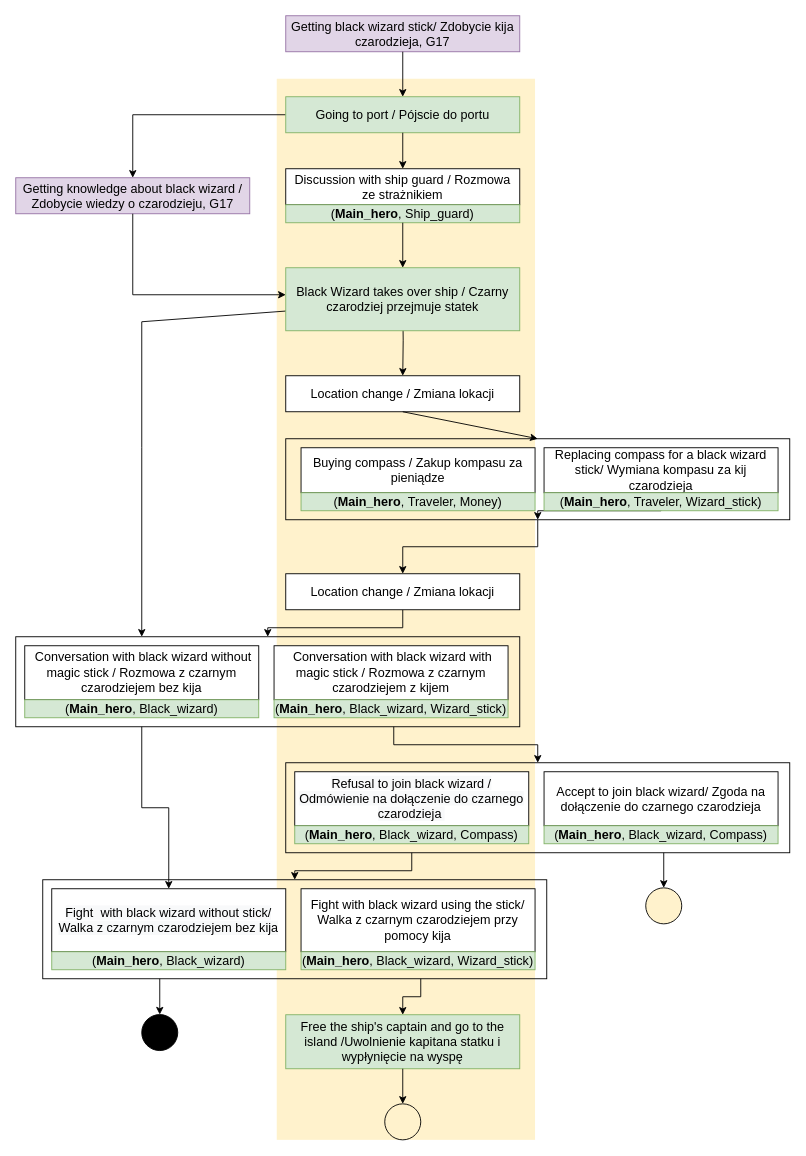
This is Misja-ksiezycowa.drawio from Matthmul/pwk, a draw.io file, before an edit. Source tidied: cells renumbered, new cells numbered last; positions are measured from the earlier drawing's top-left corner, leaving out a move shared by most shapes. Both pictures are drawn from the tidied source at 90%, with x=0, y=0 at pixel (15, 15).
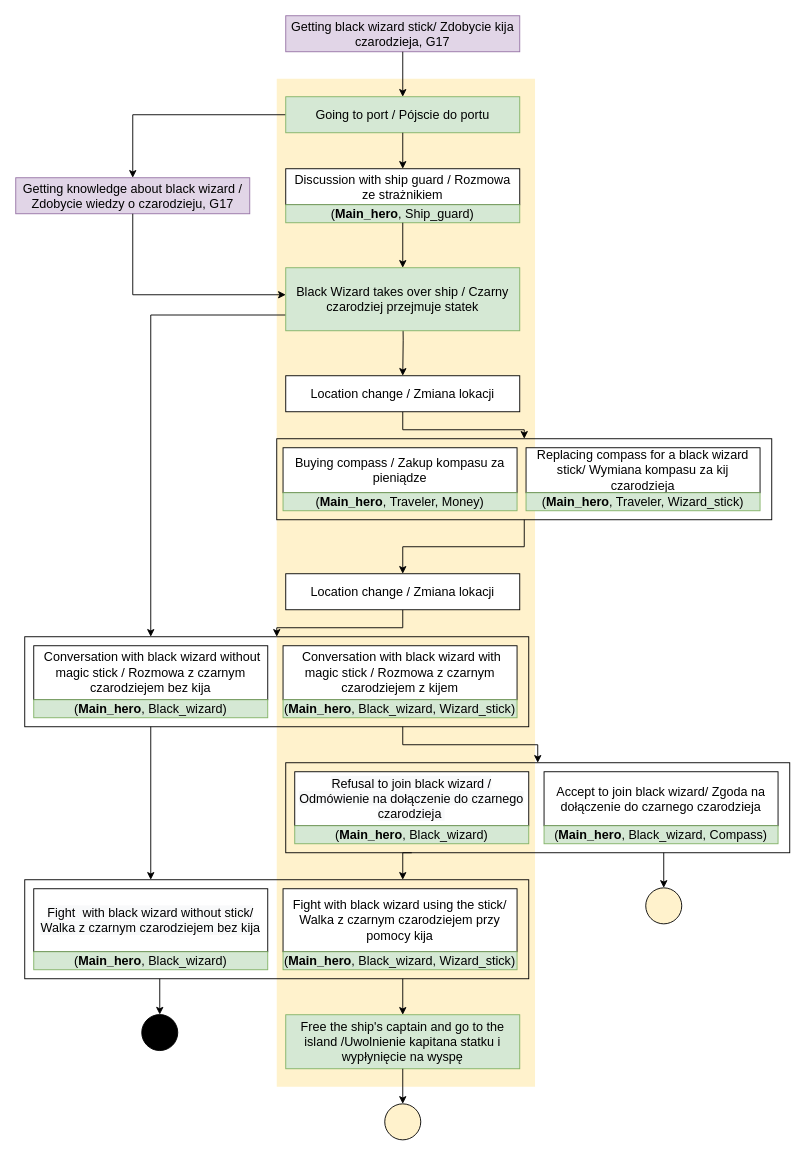
The same page after the edit.

Unchanged cells that the change refers to:
```xml
<mxCell id="16" value="&lt;span id=&quot;docs-internal-guid-4cfbbf0f-7fff-1ddc-6e00-4f36d3d0db7e&quot;&gt;&lt;span style=&quot;background-color: transparent ; vertical-align: baseline&quot;&gt;&lt;font&gt;&lt;font face=&quot;arial&quot;&gt;&lt;span style=&quot;font-size: 14px&quot;&gt;Location change / Zmiana lokacji&lt;/span&gt;&lt;/font&gt;&lt;br&gt;&lt;/font&gt;&lt;/span&gt;&lt;/span&gt;" style="rounded=0;whiteSpace=wrap;html=1;align=center;" parent="1" vertex="1">
  <mxGeometry x="300" y="400" width="260" height="40" as="geometry" />
</mxCell>
<mxCell id="38" style="rounded=0;whiteSpace=wrap;html=1;strokeColor=#000000;fontFamily=Helvetica;fontSize=14;fillColor=none;" parent="1" vertex="1">
  <mxGeometry x="300" y="830" width="560" height="100" as="geometry" />
</mxCell>
<mxCell id="62" value="&lt;span style=&quot;font-family: &amp;#34;arial&amp;#34; ; font-size: 14px&quot;&gt;Black Wizard takes over ship / Czarny czarodziej przejmuje statek&lt;/span&gt;" style="rounded=0;whiteSpace=wrap;html=1;sketch=0;fillColor=#d5e8d4;strokeColor=#82b366;align=center;" parent="1" vertex="1">
  <mxGeometry x="300" y="280" width="260" height="70" as="geometry" />
</mxCell>
```

What changed in the source:
```diff
@@
     <mxCell id="2" style="rounded=0;whiteSpace=wrap;html=1;fillColor=#fff2cc;fontFamily=Helvetica;fontSize=14;strokeColor=none;" parent="1" vertex="1">
-      <mxGeometry x="290" y="70" width="287" height="1179" as="geometry" />
+      <mxGeometry x="290" y="70" width="287" height="1120" as="geometry" />
     </mxCell>
@@
+    <mxCell id="36" style="edgeStyle=orthogonalEdgeStyle;rounded=0;jettySize=auto;html=1;exitX=0.5;exitY=1;exitDx=0;exitDy=0;entryX=0.5;entryY=0;entryDx=0;entryDy=0;" parent="1" edge="1" source="16" target="18">
+      <mxGeometry relative="1" as="geometry" />
+    </mxCell>
@@
     <mxCell id="18" style="rounded=0;whiteSpace=wrap;html=1;strokeColor=#000000;fontFamily=Helvetica;fontSize=14;fillColor=none;" parent="1" vertex="1">
-      <mxGeometry x="300" y="470" width="560" height="90" as="geometry" />
+      <mxGeometry x="290" y="470" width="550" height="90" as="geometry" />
     </mxCell>
-    <mxCell id="19" style="edgeStyle=orthogonalEdgeStyle;rounded=0;jettySize=auto;html=1;" parent="1" edge="1" source="20" target="18">
-      <mxGeometry relative="1" as="geometry" />
-    </mxCell>
     <mxCell id="20" value="&lt;div style=&quot;&quot;&gt;&lt;span&gt;Replacing compass for a black wizard stick/ Wymiana kompasu za kij czarodzieja&lt;/span&gt;&lt;/div&gt;" style="rounded=0;whiteSpace=wrap;html=1;fontSize=14;fontFamily=Helvetica;align=center;" parent="1" vertex="1">
-      <mxGeometry x="587" y="480" width="260" height="50" as="geometry" />
+      <mxGeometry x="567" y="480" width="260" height="50" as="geometry" />
     </mxCell>
     <mxCell id="21" value="&lt;font&gt;Buying compass / Zakup kompasu za pieniądze&lt;br style=&quot;font-size: 14px&quot;&gt;&lt;/font&gt;" style="rounded=0;whiteSpace=wrap;html=1;fontSize=14;fontFamily=Helvetica;" parent="1" vertex="1">
-      <mxGeometry x="317" y="480" width="260" height="50" as="geometry" />
+      <mxGeometry x="297" y="480" width="260" height="50" as="geometry" />
     </mxCell>
     <mxCell id="22" value="&lt;span style=&quot;font-family: &amp;#34;arial&amp;#34;&quot;&gt;(&lt;/span&gt;&lt;span style=&quot;font-family: &amp;#34;arial&amp;#34;&quot;&gt;&lt;b&gt;Main_hero&lt;/b&gt;,&amp;nbsp;&lt;/span&gt;&lt;span style=&quot;font-family: &amp;#34;arial&amp;#34;&quot;&gt;Traveler, Money)&lt;/span&gt;" style="rounded=0;whiteSpace=wrap;html=1;sketch=0;fillColor=#d5e8d4;strokeColor=#82b366;align=center;fontSize=14;fontFamily=Helvetica;" parent="1" vertex="1">
-      <mxGeometry x="317" y="530" width="260" height="20" as="geometry" />
+      <mxGeometry x="297" y="530" width="260" height="20" as="geometry" />
     </mxCell>
@@
     <mxCell id="24" value="&lt;span style=&quot;font-family: &amp;#34;arial&amp;#34;&quot;&gt;(&lt;/span&gt;&lt;span style=&quot;font-family: &amp;#34;arial&amp;#34;&quot;&gt;&lt;b&gt;Main_hero&lt;/b&gt;, Traveler, Wizard_stick&lt;/span&gt;&lt;span style=&quot;font-family: &amp;#34;arial&amp;#34;&quot;&gt;)&lt;/span&gt;" style="rounded=0;whiteSpace=wrap;html=1;sketch=0;fillColor=#d5e8d4;strokeColor=#82b366;align=center;fontSize=14;fontFamily=Helvetica;" parent="1" vertex="1">
-      <mxGeometry x="587" y="530" width="260" height="20" as="geometry" />
+      <mxGeometry x="567" y="530" width="260" height="20" as="geometry" />
     </mxCell>
@@
     <mxCell id="29" style="rounded=0;whiteSpace=wrap;html=1;strokeColor=#000000;fontFamily=Helvetica;fontSize=14;fillColor=none;" parent="1" vertex="1">
-      <mxGeometry x="30" y="960" width="560" height="110" as="geometry" />
+      <mxGeometry x="10" y="960" width="560" height="110" as="geometry" />
     </mxCell>
     <mxCell id="30" value="&lt;font&gt;Fight with black wizard using the stick/ Walka z czarnym czarodziejem przy pomocy kija&lt;br style=&quot;font-size: 14px&quot;&gt;&lt;/font&gt;" style="rounded=0;whiteSpace=wrap;html=1;fontSize=14;fontFamily=Helvetica;" parent="1" vertex="1">
-      <mxGeometry x="317" y="970" width="260" height="70" as="geometry" />
+      <mxGeometry x="297" y="970" width="260" height="70" as="geometry" />
     </mxCell>
     <mxCell id="31" value="&lt;span style=&quot;color: rgb(0 , 0 , 0) ; font-family: &amp;#34;helvetica&amp;#34; ; font-size: 14px ; font-style: normal ; font-weight: 400 ; letter-spacing: normal ; text-align: center ; text-indent: 0px ; text-transform: none ; word-spacing: 0px ; background-color: rgb(248 , 249 , 250) ; display: inline ; float: none&quot;&gt;Fight&amp;nbsp; with black wizard without stick/ Walka z czarnym czarodziejem bez kija&lt;/span&gt;" style="rounded=0;whiteSpace=wrap;html=1;fontSize=14;fontFamily=Helvetica;" parent="1" vertex="1">
-      <mxGeometry x="40" y="970" width="260" height="70" as="geometry" />
+      <mxGeometry x="20" y="970" width="260" height="70" as="geometry" />
     </mxCell>
     <mxCell id="32" value="&lt;span style=&quot;font-family: &amp;#34;arial&amp;#34;&quot;&gt;(&lt;/span&gt;&lt;span style=&quot;font-family: &amp;#34;arial&amp;#34;&quot;&gt;&lt;b&gt;Main_hero&lt;/b&gt;, Black_wizard&lt;/span&gt;&lt;span style=&quot;font-family: &amp;#34;arial&amp;#34;&quot;&gt;)&lt;/span&gt;" style="rounded=0;whiteSpace=wrap;html=1;sketch=0;fillColor=#d5e8d4;strokeColor=#82b366;align=center;fontSize=14;fontFamily=Helvetica;" parent="1" vertex="1">
-      <mxGeometry x="40" y="1040" width="260" height="20" as="geometry" />
+      <mxGeometry x="20" y="1040" width="260" height="20" as="geometry" />
     </mxCell>
@@
     <mxCell id="34" value="&lt;span style=&quot;font-family: &amp;#34;arial&amp;#34;&quot;&gt;(&lt;/span&gt;&lt;span style=&quot;font-family: &amp;#34;arial&amp;#34;&quot;&gt;&lt;b&gt;Main_hero&lt;/b&gt;, Black_wizard, Wizard_stick&lt;/span&gt;&lt;span style=&quot;font-family: &amp;#34;arial&amp;#34;&quot;&gt;)&lt;/span&gt;" style="rounded=0;whiteSpace=wrap;html=1;sketch=0;fillColor=#d5e8d4;strokeColor=#82b366;align=center;fontSize=14;fontFamily=Helvetica;" parent="1" vertex="1">
-      <mxGeometry x="317" y="1040" width="260" height="20" as="geometry" />
+      <mxGeometry x="297" y="1040" width="260" height="20" as="geometry" />
     </mxCell>
@@
-    <mxCell id="36" style="endArrow=classic;html=1;rounded=0;exitX=0.5;exitY=1;exitDx=0;exitDy=0;entryX=0.5;entryY=0;entryDx=0;entryDy=0;" parent="1" edge="1" source="16" target="18">
-      <mxGeometry relative="1" as="geometry" />
-    </mxCell>
-    <mxCell id="37" style="edgeStyle=orthogonalEdgeStyle;rounded=0;jettySize=auto;html=1;exitX=0.25;exitY=1;exitDx=0;exitDy=0;entryX=0.5;entryY=0;entryDx=0;entryDy=0;" parent="1" edge="1" source="38" target="29">
+    <mxCell id="37" style="edgeStyle=orthogonalEdgeStyle;rounded=0;jettySize=auto;html=1;exitX=0.25;exitY=1;exitDx=0;exitDy=0;entryX=0.75;entryY=0;entryDx=0;entryDy=0;" parent="1" edge="1" source="38" target="29">
       <mxGeometry relative="1" as="geometry" />
     </mxCell>
@@
-    <mxCell id="41" value="&lt;span style=&quot;font-family: &amp;#34;arial&amp;#34;&quot;&gt;(&lt;/span&gt;&lt;span style=&quot;font-family: &amp;#34;arial&amp;#34;&quot;&gt;&lt;b&gt;Main_hero&lt;/b&gt;, Black_wizard, Compass&lt;/span&gt;&lt;span style=&quot;font-family: &amp;#34;arial&amp;#34;&quot;&gt;)&lt;/span&gt;" style="rounded=0;whiteSpace=wrap;html=1;sketch=0;fillColor=#d5e8d4;strokeColor=#82b366;align=center;fontSize=14;fontFamily=Helvetica;" parent="1" vertex="1">
+    <mxCell id="41" value="&lt;span style=&quot;font-family: &amp;#34;arial&amp;#34;&quot;&gt;(&lt;/span&gt;&lt;span style=&quot;font-family: &amp;#34;arial&amp;#34;&quot;&gt;&lt;b&gt;Main_hero&lt;/b&gt;, Black_wizard&lt;/span&gt;&lt;span style=&quot;font-family: &amp;#34;arial&amp;#34;&quot;&gt;)&lt;/span&gt;" style="rounded=0;whiteSpace=wrap;html=1;sketch=0;fillColor=#d5e8d4;strokeColor=#82b366;align=center;fontSize=14;fontFamily=Helvetica;" parent="1" vertex="1">
       <mxGeometry x="310" y="900" width="260" height="20" as="geometry" />
     </mxCell>
@@
-    <mxCell id="46" style="edgeStyle=orthogonalEdgeStyle;rounded=0;jettySize=auto;html=1;exitX=0.25;exitY=1;exitDx=0;exitDy=0;" parent="1" edge="1" source="47" target="31">
-      <mxGeometry relative="1" as="geometry" />
-    </mxCell>
+    <mxCell id="63" style="edgeStyle=orthogonalEdgeStyle;rounded=0;jettySize=auto;html=1;exitX=0.25;exitY=1;exitDx=0;exitDy=0;entryX=0.25;entryY=0;entryDx=0;entryDy=0;" parent="1" edge="1" source="47" target="29">
+      <mxGeometry relative="1" as="geometry" />
+    </mxCell>
     <mxCell id="47" style="rounded=0;whiteSpace=wrap;html=1;strokeColor=#000000;fontFamily=Helvetica;fontSize=14;fillColor=none;" parent="1" vertex="1">
-      <mxGeometry y="690" width="560" height="100" as="geometry" />
+      <mxGeometry x="10" y="690" width="560" height="100" as="geometry" />
     </mxCell>
     <mxCell id="48" value="&lt;font&gt;&amp;nbsp;Conversation with black wizard with magic stick / Rozmowa z czarnym czarodziejem z kijem&lt;br style=&quot;font-size: 14px&quot;&gt;&lt;/font&gt;" style="rounded=0;whiteSpace=wrap;html=1;fontSize=14;fontFamily=Helvetica;" parent="1" vertex="1">
-      <mxGeometry x="287" y="700" width="260" height="60" as="geometry" />
+      <mxGeometry x="297" y="700" width="260" height="60" as="geometry" />
     </mxCell>
     <mxCell id="49" value="&lt;font&gt;&amp;nbsp;Conversation with black wizard without magic stick / Rozmowa z czarnym czarodziejem bez kija&lt;br style=&quot;font-size: 14px&quot;&gt;&lt;/font&gt;" style="rounded=0;whiteSpace=wrap;html=1;fontSize=14;fontFamily=Helvetica;" parent="1" vertex="1">
-      <mxGeometry x="10" y="700" width="260" height="60" as="geometry" />
+      <mxGeometry x="20" y="700" width="260" height="60" as="geometry" />
     </mxCell>
     <mxCell id="50" value="&lt;span style=&quot;font-family: &amp;#34;arial&amp;#34;&quot;&gt;(&lt;/span&gt;&lt;span style=&quot;font-family: &amp;#34;arial&amp;#34;&quot;&gt;&lt;b&gt;Main_hero&lt;/b&gt;, Black_wizard&lt;/span&gt;&lt;span style=&quot;font-family: &amp;#34;arial&amp;#34;&quot;&gt;)&lt;/span&gt;" style="rounded=0;whiteSpace=wrap;html=1;sketch=0;fillColor=#d5e8d4;strokeColor=#82b366;align=center;fontSize=14;fontFamily=Helvetica;" parent="1" vertex="1">
-      <mxGeometry x="10" y="760" width="260" height="20" as="geometry" />
+      <mxGeometry x="20" y="760" width="260" height="20" as="geometry" />
     </mxCell>
@@
     <mxCell id="52" value="(&lt;b style=&quot;font-family: &amp;#34;arial&amp;#34;&quot;&gt;Main_hero&lt;/b&gt;&lt;span style=&quot;font-family: &amp;#34;arial&amp;#34;&quot;&gt;, Black_wizard,&amp;nbsp;&lt;/span&gt;&lt;span style=&quot;font-family: &amp;#34;arial&amp;#34;&quot;&gt;Wizard_stick&lt;/span&gt;)" style="rounded=0;whiteSpace=wrap;html=1;sketch=0;fillColor=#d5e8d4;strokeColor=#82b366;align=center;fontSize=14;fontFamily=Helvetica;" parent="1" vertex="1">
-      <mxGeometry x="287" y="760" width="260" height="20" as="geometry" />
+      <mxGeometry x="297" y="760" width="260" height="20" as="geometry" />
     </mxCell>
@@
-    <mxCell id="61" style="endArrow=classic;html=1;rounded=0;exitX=0.473;exitY=0.975;exitDx=0;exitDy=0;entryX=0.25;entryY=0;entryDx=0;entryDy=0;exitPerimeter=0;" parent="1" edge="1" target="47">
-      <mxGeometry relative="1" as="geometry">
-        <mxPoint x="423" y="319" as="sourcePoint" />
-        <Array as="points">
-          <mxPoint x="140" y="340" />
-          <mxPoint x="140" y="480" />
-        </Array>
-      </mxGeometry>
-    </mxCell>
+    <mxCell id="64" style="edgeStyle=orthogonalEdgeStyle;rounded=0;jettySize=auto;html=1;exitX=0;exitY=0.75;exitDx=0;exitDy=0;entryX=0.25;entryY=0;entryDx=0;entryDy=0;" parent="1" edge="1" source="62" target="47">
+      <mxGeometry relative="1" as="geometry" />
+    </mxCell>
```
